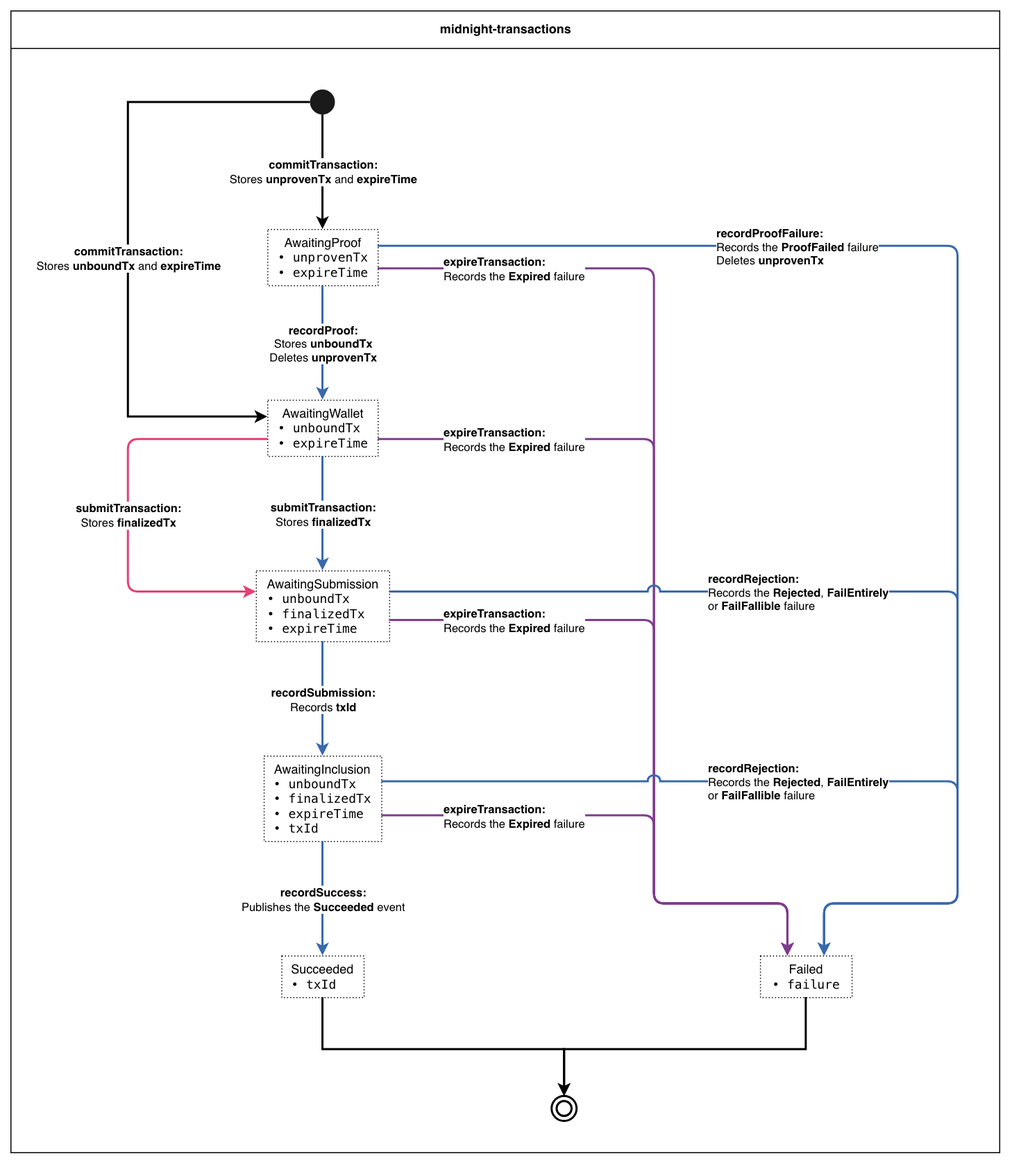
The draw.io diagram docs/transaction-state-machine.drawio.png in sig-net/full-stack-demo, before a commit. Source tidied: cells renumbered, new cells last; positions are measured from the earlier drawing's top-left corner, leaving out a move shared by most shapes.
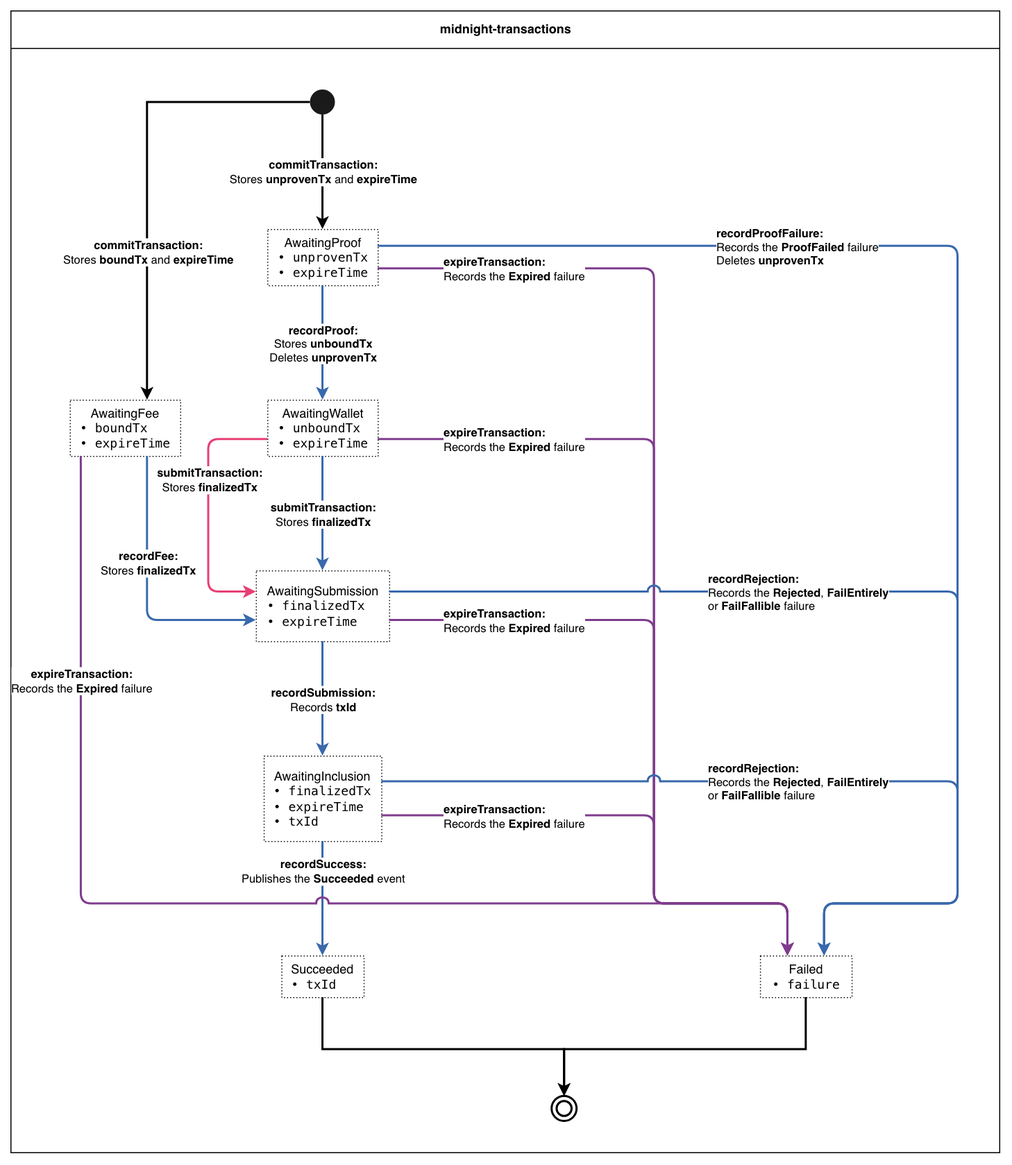
The same diagram one commit later.

Change to the diagram source:
```diff
@@ -17,10 +17,13 @@
     <mxCell id="6" value="AwaitingWallet&lt;div style=&quot;font-family: Menlo, Monaco, 'Courier New', monospace; font-size: 12px; text-align: left;&quot;&gt;• unboundTx&lt;br&gt;• expireTime&lt;/div&gt;" style="rounded=0;whiteSpace=wrap;html=1;fillColor=none;dashed=1;dashPattern=1 2;strokeColor=default;verticalAlign=middle;align=center;spacingLeft=8;spacingRight=8;spacingTop=6;spacingBottom=6;" parent="2" vertex="1">
       <mxGeometry x="246.7" y="374" width="106" height="54" as="geometry" />
     </mxCell>
+    <mxCell id="42" value="AwaitingFee&lt;div style=&quot;font-family: Menlo, Monaco, 'Courier New', monospace; font-size: 12px; text-align: left;&quot;&gt;• boundTx&lt;br&gt;• expireTime&lt;/div&gt;" style="rounded=0;whiteSpace=wrap;html=1;fillColor=none;dashed=1;dashPattern=1 2;strokeColor=default;verticalAlign=middle;align=center;spacingLeft=8;spacingRight=8;spacingTop=6;spacingBottom=6;" parent="2" vertex="1">
+      <mxGeometry x="57" y="374" width="106" height="54" as="geometry" />
+    </mxCell>
-    <mxCell id="7" value="AwaitingSubmission&lt;div style=&quot;font-family: Menlo, Monaco, 'Courier New', monospace; font-size: 12px; text-align: left;&quot;&gt;• unboundTx&lt;br&gt;• finalizedTx&lt;br&gt;• expireTime&lt;/div&gt;" style="rounded=0;whiteSpace=wrap;html=1;fillColor=none;dashed=1;dashPattern=1 2;strokeColor=default;verticalAlign=middle;align=center;spacingLeft=8;spacingRight=8;spacingTop=6;spacingBottom=6;" parent="2" vertex="1">
+    <mxCell id="7" value="AwaitingSubmission&lt;div style=&quot;font-family: Menlo, Monaco, 'Courier New', monospace; font-size: 12px; text-align: left;&quot;&gt;• finalizedTx&lt;br&gt;• expireTime&lt;/div&gt;" style="rounded=0;whiteSpace=wrap;html=1;fillColor=none;dashed=1;dashPattern=1 2;strokeColor=default;verticalAlign=middle;align=center;spacingLeft=8;spacingRight=8;spacingTop=6;spacingBottom=6;" parent="2" vertex="1">
       <mxGeometry x="235.7" y="538" width="128" height="68" as="geometry" />
     </mxCell>
-    <mxCell id="8" value="AwaitingInclusion&lt;div style=&quot;font-family: Menlo, Monaco, 'Courier New', monospace; font-size: 12px; text-align: left;&quot;&gt;• unboundTx&lt;br&gt;• finalizedTx&lt;br&gt;• expireTime&lt;br&gt;• txId&lt;/div&gt;" style="rounded=0;whiteSpace=wrap;html=1;fillColor=none;dashed=1;dashPattern=1 2;strokeColor=default;verticalAlign=middle;align=center;spacingLeft=8;spacingRight=8;spacingTop=6;spacingBottom=6;" parent="2" vertex="1">
+    <mxCell id="8" value="AwaitingInclusion&lt;div style=&quot;font-family: Menlo, Monaco, 'Courier New', monospace; font-size: 12px; text-align: left;&quot;&gt;• finalizedTx&lt;br&gt;• expireTime&lt;br&gt;• txId&lt;/div&gt;" style="rounded=0;whiteSpace=wrap;html=1;fillColor=none;dashed=1;dashPattern=1 2;strokeColor=default;verticalAlign=middle;align=center;spacingLeft=8;spacingRight=8;spacingTop=6;spacingBottom=6;" parent="2" vertex="1">
       <mxGeometry x="243.2" y="716" width="113" height="82" as="geometry" />
     </mxCell>
     <mxCell id="9" value="Succeeded&lt;div style=&quot;font-family: Menlo, Monaco, 'Courier New', monospace; font-size: 12px; text-align: left;&quot;&gt;• txId&lt;/div&gt;" style="rounded=0;whiteSpace=wrap;html=1;fillColor=none;dashed=1;dashPattern=1 2;strokeColor=default;verticalAlign=middle;align=center;spacingLeft=8;spacingRight=8;spacingTop=6;spacingBottom=6;" parent="2" vertex="1">
@@ -38,17 +41,6 @@
     <mxCell id="13" value="&lt;b&gt;commitTransaction:&lt;/b&gt;&lt;br&gt;Stores &lt;b&gt;unprovenTx&lt;/b&gt; and &lt;b&gt;expireTime&lt;/b&gt;" style="edgeLabel;html=1;align=center;verticalAlign=middle;" parent="12" vertex="1">
       <mxGeometry relative="1" as="geometry" />
     </mxCell>
-    <mxCell id="14" style="html=1;rounded=0;strokeWidth=2;exitX=0;exitY=0.5;exitDx=0;exitDy=0;entryX=0;entryY=0.3;entryDx=0;entryDy=0;" parent="2" edge="1" source="4" target="6">
-      <mxGeometry relative="1" as="geometry">
-        <Array as="points">
-          <mxPoint x="112.8" y="88" />
-          <mxPoint x="112.8" y="390.2" />
-        </Array>
-      </mxGeometry>
-    </mxCell>
-    <mxCell id="15" value="&lt;b&gt;commitTransaction:&lt;/b&gt;&lt;br&gt;Stores &lt;b&gt;unboundTx&lt;/b&gt; and &lt;b&gt;expireTime&lt;/b&gt;" style="edgeLabel;html=1;align=center;verticalAlign=middle;" parent="14" vertex="1">
-      <mxGeometry x="0.06" relative="1" as="geometry" />
-    </mxCell>
     <mxCell id="16" style="html=1;strokeColor=#3969AC;rounded=1;arcSize=20;strokeWidth=2;exitX=0.5;exitY=1;exitDx=0;exitDy=0;entryX=0.5;entryY=0;entryDx=0;entryDy=0;" parent="2" edge="1" source="5" target="6">
       <mxGeometry relative="1" as="geometry" />
     </mxCell>
@@ -64,13 +56,13 @@
     <mxCell id="20" style="html=1;strokeColor=#E73F74;rounded=1;arcSize=20;strokeWidth=2;exitX=0;exitY=0.7;exitDx=0;exitDy=0;entryX=0;entryY=0.3;entryDx=0;entryDy=0;" parent="2" edge="1" source="6" target="7">
       <mxGeometry relative="1" as="geometry">
         <Array as="points">
-          <mxPoint x="112.8" y="411.8" />
-          <mxPoint x="112.8" y="558.4" />
+          <mxPoint x="190" y="411.8" />
+          <mxPoint x="190" y="558.4" />
         </Array>
       </mxGeometry>
     </mxCell>
     <mxCell id="21" value="&lt;b&gt;submitTransaction:&lt;/b&gt;&lt;br&gt;Stores &lt;b&gt;finalizedTx&lt;/b&gt;" style="edgeLabel;html=1;align=center;verticalAlign=middle;" parent="20" vertex="1">
-      <mxGeometry x="0.03" relative="1" as="geometry" />
+      <mxGeometry x="-0.24" relative="1" as="geometry" />
     </mxCell>
     <mxCell id="22" style="html=1;strokeColor=#3969AC;rounded=1;arcSize=20;strokeWidth=2;exitX=0.5;exitY=1;exitDx=0;exitDy=0;entryX=0.5;entryY=0;entryDx=0;entryDy=0;" parent="2" edge="1" source="7" target="8">
       <mxGeometry relative="1" as="geometry" />
@@ -82,7 +74,7 @@
       <mxGeometry relative="1" as="geometry" />
     </mxCell>
     <mxCell id="25" value="&lt;b&gt;recordSuccess:&lt;/b&gt;&lt;br&gt;Publishes the &lt;b&gt;Succeeded&lt;/b&gt; event" style="edgeLabel;html=1;align=center;verticalAlign=middle;" parent="24" vertex="1">
-      <mxGeometry relative="1" as="geometry" />
+      <mxGeometry x="-0.5" relative="1" as="geometry" />
     </mxCell>
     <mxCell id="26" style="html=1;strokeColor=#7F3C8D;rounded=1;arcSize=20;strokeWidth=2;exitX=1;exitY=0.7;exitDx=0;exitDy=0;entryX=0.3;entryY=0;entryDx=0;entryDy=0;" parent="2" edge="1" source="5" target="10">
       <mxGeometry relative="1" as="geometry">
@@ -198,5 +190,36 @@
         </Array>
       </mxGeometry>
     </mxCell>
+    <mxCell id="43" style="html=1;rounded=0;strokeWidth=2;exitX=0;exitY=0.5;exitDx=0;exitDy=0;entryX=0.7;entryY=0;entryDx=0;entryDy=0;" parent="2" edge="1" source="4" target="42">
+      <mxGeometry relative="1" as="geometry">
+        <Array as="points">
+          <mxPoint x="131.2" y="88" />
+        </Array>
+      </mxGeometry>
+    </mxCell>
+    <mxCell id="44" value="&lt;b&gt;commitTransaction:&lt;/b&gt;&lt;br&gt;Stores &lt;b&gt;boundTx&lt;/b&gt; and &lt;b&gt;expireTime&lt;/b&gt;" style="edgeLabel;html=1;align=center;verticalAlign=middle;" parent="43" vertex="1">
+      <mxGeometry x="0.35" relative="1" as="geometry" />
+    </mxCell>
+    <mxCell id="45" style="html=1;strokeColor=#3969AC;rounded=1;arcSize=20;strokeWidth=2;exitX=0.7;exitY=1;exitDx=0;exitDy=0;entryX=0;entryY=0.7;entryDx=0;entryDy=0;" parent="2" edge="1" source="42" target="7">
+      <mxGeometry relative="1" as="geometry">
+        <Array as="points">
+          <mxPoint x="131.2" y="585.6" />
+        </Array>
+      </mxGeometry>
+    </mxCell>
+    <mxCell id="46" value="&lt;b&gt;recordFee:&lt;/b&gt;&lt;br&gt;Stores &lt;b&gt;finalizedTx&lt;/b&gt;" style="edgeLabel;html=1;align=center;verticalAlign=middle;" parent="45" vertex="1">
+      <mxGeometry x="-0.22" relative="1" as="geometry" />
+    </mxCell>
+    <mxCell id="47" style="html=1;strokeColor=#7F3C8D;rounded=1;arcSize=20;strokeWidth=2;jumpStyle=arc;jumpSize=10;exitX=0.1;exitY=1;exitDx=0;exitDy=0;entryX=0.3;entryY=0;entryDx=0;entryDy=0;" parent="2" edge="1" source="42" target="10">
+      <mxGeometry relative="1" as="geometry">
+        <Array as="points">
+          <mxPoint x="67.6" y="858" />
+          <mxPoint x="746.3" y="858" />
+        </Array>
+      </mxGeometry>
+    </mxCell>
+    <mxCell id="48" value="&lt;b&gt;expireTransaction:&lt;/b&gt;&lt;br&gt;Records the &lt;b&gt;Expired&lt;/b&gt; failure" style="edgeLabel;html=1;align=center;verticalAlign=middle;" parent="47" vertex="1">
+      <mxGeometry x="-0.63" relative="1" as="geometry" />
+    </mxCell>
   </root>
 </mxGraphModel>
```
